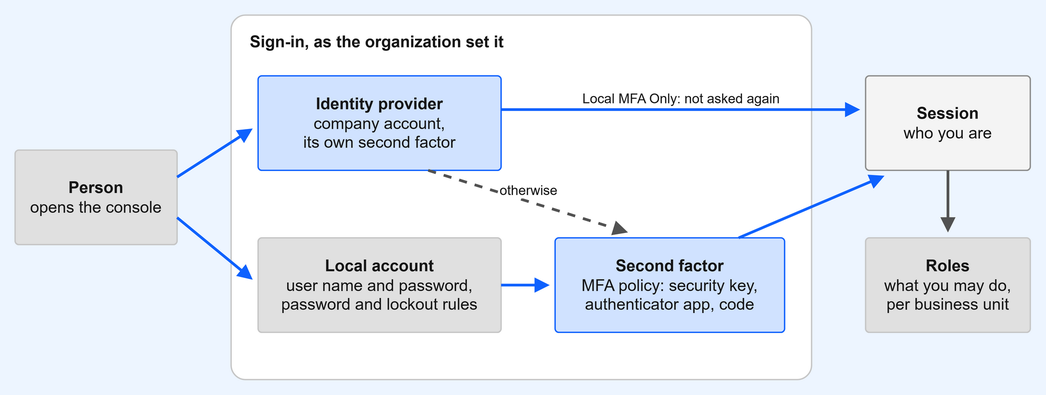
This is static/img/access/sign-in-path.drawio.png from cml-x/docs, a draw.io export, as it was before one commit. Source tidied: cells renumbered, new cells last; positions are measured from the earlier drawing's top-left corner, leaving out a move shared by most shapes.
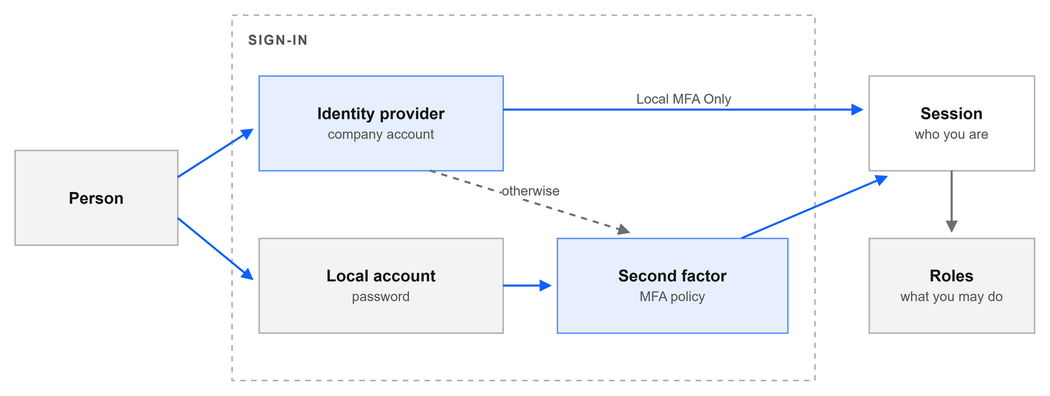
After the change.

Diff of the diagram source:
```diff
@@ -1,65 +1,65 @@
-<mxGraphModel background="#EDF5FF">
+<mxGraphModel background="#FFFFFF">
   <root>
     <mxCell id="0" />
     <mxCell id="1" parent="0" />
-    <mxCell id="2" value="&lt;b&gt;Person&lt;/b&gt;&lt;br&gt;opens the console" style="rounded=1;arcSize=4;whiteSpace=wrap;html=1;fillColor=#E0E0E0;strokeColor=#C6C6C6;fontColor=#161616;fontSize=12;" parent="1" vertex="1">
+    <mxCell id="2" value="&lt;b&gt;Person&lt;/b&gt;" style="rounded=0;whiteSpace=wrap;html=1;strokeWidth=1;fontColor=#161616;fontSize=12;fillColor=#161616;fillOpacity=5;strokeColor=#8D8D8D;strokeOpacity=70;" parent="1" vertex="1">
       <mxGeometry y="100" width="120" height="70" as="geometry" />
     </mxCell>
-    <mxCell id="3" value="Sign-in, as the organization set it" style="rounded=1;arcSize=4;whiteSpace=wrap;html=1;fillColor=#FFFFFF;strokeColor=#C6C6C6;fontColor=#161616;fontSize=12;verticalAlign=top;align=left;spacingLeft=12;spacingTop=6;fontStyle=1;" parent="1" vertex="1">
+    <mxCell id="3" value="&lt;span style=&quot;font-size:10px;color:#525252;letter-spacing:1px&quot;&gt;&lt;b&gt;SIGN-IN&lt;/b&gt;&lt;/span&gt;" style="rounded=0;whiteSpace=wrap;html=1;strokeWidth=1;fontColor=#161616;fontSize=12;fillColor=none;strokeColor=#A8A8A8;dashed=1;dashPattern=4 4;verticalAlign=top;align=left;spacingLeft=10;spacingTop=4;" parent="1" vertex="1">
       <mxGeometry x="160" width="430" height="270" as="geometry" />
     </mxCell>
-    <mxCell id="4" value="&lt;b&gt;Identity provider&lt;/b&gt;&lt;br&gt;company account,&lt;br&gt;its own second factor" style="rounded=1;arcSize=4;whiteSpace=wrap;html=1;fillColor=#D0E2FF;strokeColor=#0F62FE;fontColor=#161616;fontSize=12;" parent="1" vertex="1">
+    <mxCell id="4" value="&lt;b&gt;Identity provider&lt;/b&gt;&lt;br&gt;&lt;span style=&quot;font-size:10px;color:#525252&quot;&gt;company account&lt;/span&gt;" style="rounded=0;whiteSpace=wrap;html=1;strokeWidth=1;fontColor=#161616;fontSize=12;fillColor=#0F62FE;fillOpacity=10;strokeColor=#0F62FE;strokeOpacity=70;" parent="1" vertex="1">
       <mxGeometry x="180" y="45" width="180" height="70" as="geometry" />
     </mxCell>
-    <mxCell id="5" value="&lt;b&gt;Local account&lt;/b&gt;&lt;br&gt;user name and password,&lt;br&gt;password and lockout rules" style="rounded=1;arcSize=4;whiteSpace=wrap;html=1;fillColor=#E0E0E0;strokeColor=#C6C6C6;fontColor=#161616;fontSize=12;" parent="1" vertex="1">
+    <mxCell id="5" value="&lt;b&gt;Local account&lt;/b&gt;&lt;br&gt;&lt;span style=&quot;font-size:10px;color:#525252&quot;&gt;password&lt;/span&gt;" style="rounded=0;whiteSpace=wrap;html=1;strokeWidth=1;fontColor=#161616;fontSize=12;fillColor=#161616;fillOpacity=5;strokeColor=#8D8D8D;strokeOpacity=70;" parent="1" vertex="1">
       <mxGeometry x="180" y="165" width="180" height="70" as="geometry" />
     </mxCell>
-    <mxCell id="6" value="&lt;b&gt;Second factor&lt;/b&gt;&lt;br&gt;MFA policy: security key,&lt;br&gt;authenticator app, code" style="rounded=1;arcSize=4;whiteSpace=wrap;html=1;fillColor=#D0E2FF;strokeColor=#0F62FE;fontColor=#161616;fontSize=12;" parent="1" vertex="1">
+    <mxCell id="6" value="&lt;b&gt;Second factor&lt;/b&gt;&lt;br&gt;&lt;span style=&quot;font-size:10px;color:#525252&quot;&gt;MFA policy&lt;/span&gt;" style="rounded=0;whiteSpace=wrap;html=1;strokeWidth=1;fontColor=#161616;fontSize=12;fillColor=#0F62FE;fillOpacity=10;strokeColor=#0F62FE;strokeOpacity=70;" parent="1" vertex="1">
       <mxGeometry x="400" y="165" width="170" height="70" as="geometry" />
     </mxCell>
-    <mxCell id="7" value="&lt;b&gt;Session&lt;/b&gt;&lt;br&gt;who you are" style="rounded=1;arcSize=4;whiteSpace=wrap;html=1;fillColor=#F4F4F4;strokeColor=#8D8D8D;fontColor=#161616;fontSize=12;" parent="1" vertex="1">
+    <mxCell id="7" value="&lt;b&gt;Session&lt;/b&gt;&lt;br&gt;&lt;span style=&quot;font-size:10px;color:#525252&quot;&gt;who you are&lt;/span&gt;" style="rounded=0;whiteSpace=wrap;html=1;strokeWidth=1;fontColor=#161616;fontSize=12;fillColor=none;strokeColor=#8D8D8D;strokeOpacity=70;" parent="1" vertex="1">
       <mxGeometry x="630" y="45" width="122" height="70" as="geometry" />
     </mxCell>
-    <mxCell id="8" value="&lt;b&gt;Roles&lt;/b&gt;&lt;br&gt;what you may do,&lt;br&gt;per business unit" style="rounded=1;arcSize=4;whiteSpace=wrap;html=1;fillColor=#E0E0E0;strokeColor=#C6C6C6;fontColor=#161616;fontSize=12;" parent="1" vertex="1">
+    <mxCell id="8" value="&lt;b&gt;Roles&lt;/b&gt;&lt;br&gt;&lt;span style=&quot;font-size:10px;color:#525252&quot;&gt;what you may do&lt;/span&gt;" style="rounded=0;whiteSpace=wrap;html=1;strokeWidth=1;fontColor=#161616;fontSize=12;fillColor=#161616;fillOpacity=5;strokeColor=#8D8D8D;strokeOpacity=70;" parent="1" vertex="1">
       <mxGeometry x="630" y="165" width="122" height="70" as="geometry" />
     </mxCell>
-    <mxCell id="9" style="endArrow=block;html=1;strokeWidth=2;strokeColor=#0F62FE;fontSize=10;fontColor=#161616;verticalAlign=bottom;" parent="1" edge="1">
+    <mxCell id="9" style="endArrow=block;html=1;strokeWidth=1.5;strokeColor=#0F62FE;fontSize=10;fontColor=#525252;verticalAlign=bottom;endSize=5;rounded=0;labelBackgroundColor=#FFFFFF;" parent="1" edge="1">
       <mxGeometry relative="1" as="geometry">
         <mxPoint x="120" y="120" as="sourcePoint" />
         <mxPoint x="176" y="84" as="targetPoint" />
       </mxGeometry>
     </mxCell>
-    <mxCell id="10" style="endArrow=block;html=1;strokeWidth=2;strokeColor=#0F62FE;fontSize=10;fontColor=#161616;verticalAlign=bottom;" parent="1" edge="1">
+    <mxCell id="10" style="endArrow=block;html=1;strokeWidth=1.5;strokeColor=#0F62FE;fontSize=10;fontColor=#525252;verticalAlign=bottom;endSize=5;rounded=0;labelBackgroundColor=#FFFFFF;" parent="1" edge="1">
       <mxGeometry relative="1" as="geometry">
         <mxPoint x="120" y="150" as="sourcePoint" />
         <mxPoint x="176" y="196" as="targetPoint" />
       </mxGeometry>
     </mxCell>
-    <mxCell id="11" style="endArrow=block;html=1;strokeWidth=2;strokeColor=#0F62FE;fontSize=10;fontColor=#161616;verticalAlign=bottom;" parent="1" edge="1">
+    <mxCell id="11" style="endArrow=block;html=1;strokeWidth=1.5;strokeColor=#0F62FE;fontSize=10;fontColor=#525252;verticalAlign=bottom;endSize=5;rounded=0;labelBackgroundColor=#FFFFFF;" parent="1" edge="1">
       <mxGeometry relative="1" as="geometry">
         <mxPoint x="360" y="200" as="sourcePoint" />
         <mxPoint x="396" y="200" as="targetPoint" />
       </mxGeometry>
     </mxCell>
-    <mxCell id="12" value="Local MFA Only: not asked again" style="endArrow=block;html=1;strokeWidth=2;strokeColor=#0F62FE;fontSize=10;fontColor=#161616;verticalAlign=bottom;" parent="1" edge="1">
+    <mxCell id="12" value="Local MFA Only" style="endArrow=block;html=1;strokeWidth=1.5;strokeColor=#0F62FE;fontSize=10;fontColor=#525252;verticalAlign=bottom;endSize=5;rounded=0;labelBackgroundColor=#FFFFFF;" parent="1" edge="1">
       <mxGeometry relative="1" as="geometry">
         <mxPoint x="360" y="70" as="sourcePoint" />
         <mxPoint x="626" y="70" as="targetPoint" />
       </mxGeometry>
     </mxCell>
-    <mxCell id="13" value="otherwise" style="endArrow=block;html=1;strokeWidth=2;strokeColor=#525252;fontSize=10;fontColor=#161616;verticalAlign=bottom;dashed=1;" parent="1" edge="1">
+    <mxCell id="13" value="otherwise" style="endArrow=block;html=1;strokeWidth=1.5;strokeColor=#6F6F6F;fontSize=10;fontColor=#525252;verticalAlign=bottom;dashed=1;endSize=5;rounded=0;labelBackgroundColor=#FFFFFF;" parent="1" edge="1">
       <mxGeometry relative="1" as="geometry">
         <mxPoint x="306" y="115" as="sourcePoint" />
         <mxPoint x="454" y="161" as="targetPoint" />
       </mxGeometry>
     </mxCell>
-    <mxCell id="14" style="endArrow=block;html=1;strokeWidth=2;strokeColor=#0F62FE;fontSize=10;fontColor=#161616;verticalAlign=bottom;" parent="1" edge="1">
+    <mxCell id="14" style="endArrow=block;html=1;strokeWidth=1.5;strokeColor=#0F62FE;fontSize=10;fontColor=#525252;verticalAlign=bottom;endSize=5;rounded=0;labelBackgroundColor=#FFFFFF;" parent="1" edge="1">
       <mxGeometry relative="1" as="geometry">
         <mxPoint x="536" y="165" as="sourcePoint" />
         <mxPoint x="644" y="119" as="targetPoint" />
       </mxGeometry>
     </mxCell>
-    <mxCell id="15" style="endArrow=block;html=1;strokeWidth=2;strokeColor=#525252;fontSize=10;fontColor=#161616;verticalAlign=bottom;" parent="1" edge="1">
+    <mxCell id="15" style="endArrow=block;html=1;strokeWidth=1.5;strokeColor=#6F6F6F;fontSize=10;fontColor=#525252;verticalAlign=bottom;endSize=5;rounded=0;labelBackgroundColor=#FFFFFF;" parent="1" edge="1">
       <mxGeometry relative="1" as="geometry">
         <mxPoint x="691" y="115" as="sourcePoint" />
         <mxPoint x="691" y="161" as="targetPoint" />
```
